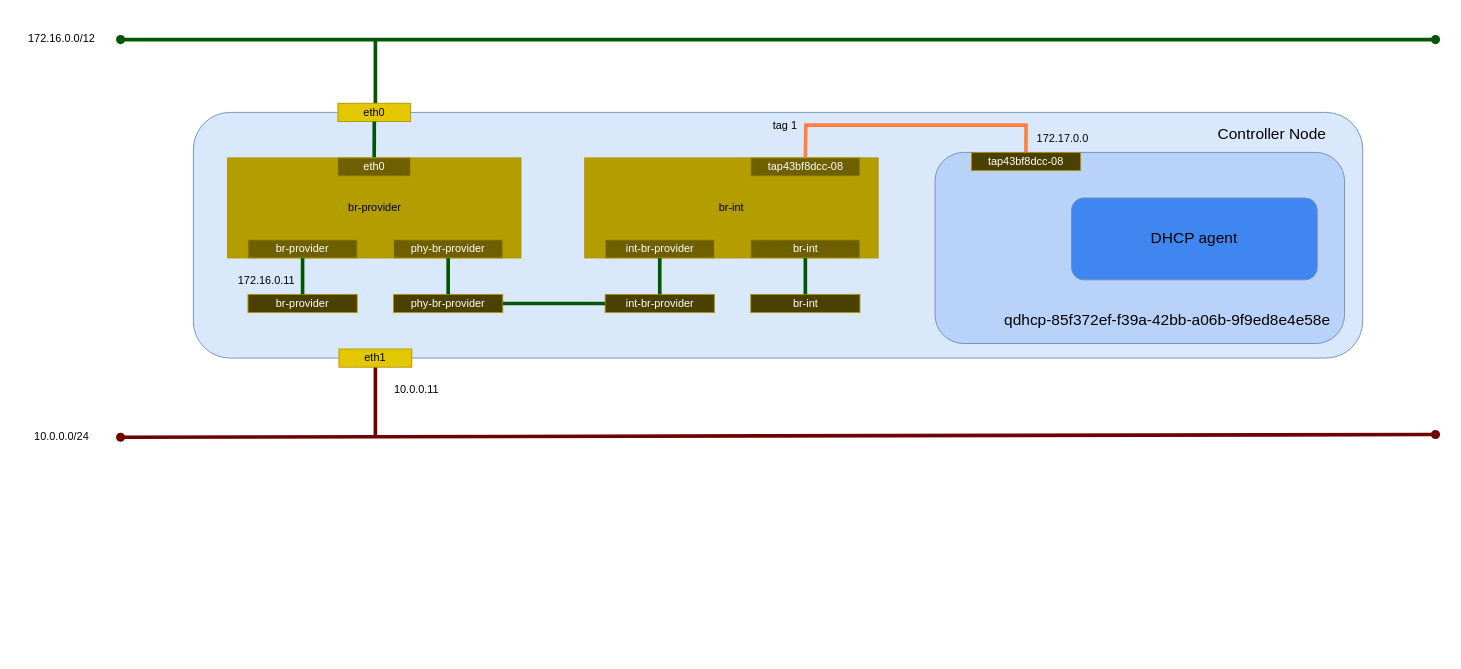
This is _static/image/network_flat_dhcpagent_ovs.drawio from 9506hqwy/openstack_study_notes, a draw.io file, before an edit. Source tidied: cells renumbered, new cells numbered last; positions are measured from the earlier drawing's top-left corner, leaving out a move shared by most shapes. Both pictures are drawn from the tidied source at 91%, with x=0, y=0 at pixel (15, 25).
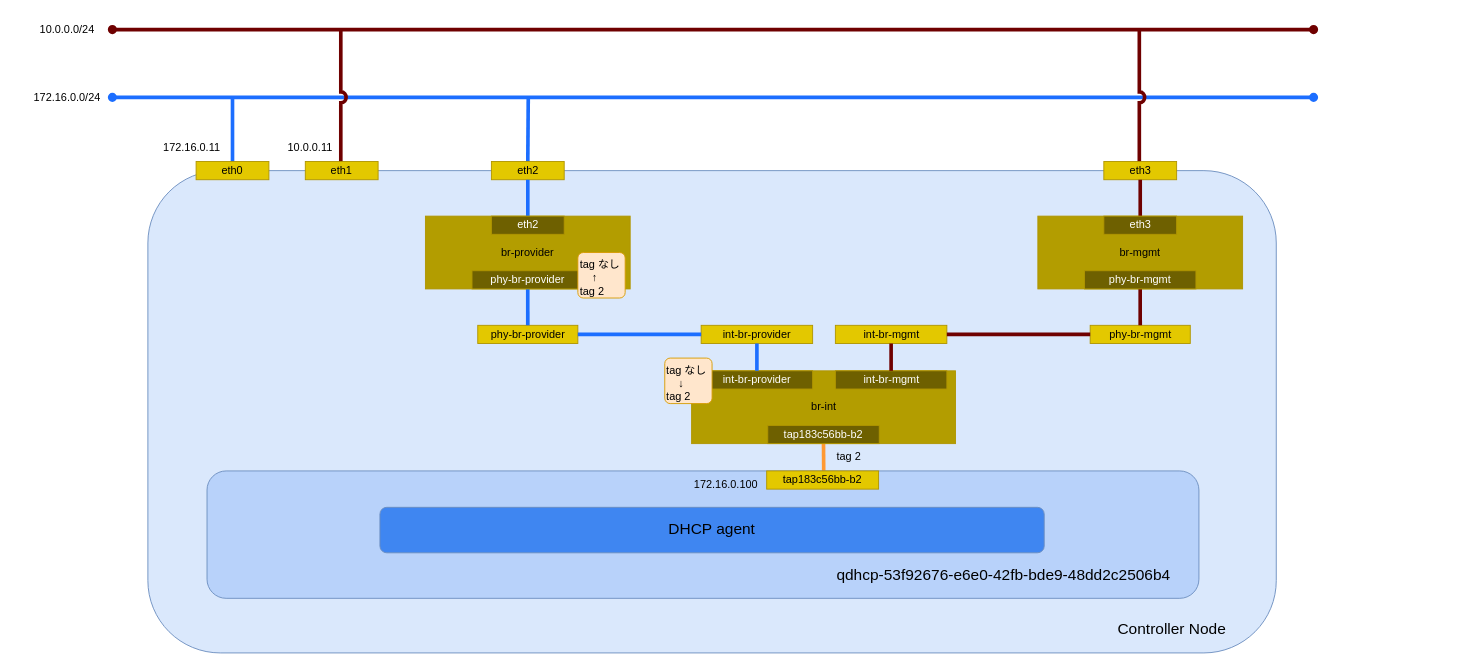
Above is the later version.

The edit, as a diff of the source:
```diff
@@
-    <mxCell id="2" style="endArrow=oval;html=1;rounded=0;startArrow=oval;startFill=1;endFill=1;strokeWidth=4;fillColor=#a20025;strokeColor=#6F0000;" parent="1" edge="1">
-      <mxGeometry relative="1" as="geometry">
-        <mxPoint x="115" y="453" as="sourcePoint" />
-        <mxPoint x="1560" y="450" as="targetPoint" />
-      </mxGeometry>
-    </mxCell>
-    <mxCell id="3" style="endArrow=oval;html=1;rounded=0;startArrow=oval;startFill=1;endFill=1;strokeWidth=4;fillColor=#008a00;strokeColor=#005700;" parent="1" edge="1">
-      <mxGeometry relative="1" as="geometry">
-        <mxPoint x="115" y="16" as="sourcePoint" />
-        <mxPoint x="1560" y="16" as="targetPoint" />
-      </mxGeometry>
-    </mxCell>
-    <mxCell id="4" value="172.16.0.0/12" style="text;html=1;align=center;verticalAlign=middle;strokeColor=none;fillColor=none;" parent="1" vertex="1">
-      <mxGeometry width="100" height="30" as="geometry" />
-    </mxCell>
+    <mxCell id="42" style="endArrow=oval;html=1;rounded=0;startArrow=oval;startFill=1;endFill=1;strokeWidth=4;fillColor=#a20025;strokeColor=#6F0000;" parent="1" edge="1">
+      <mxGeometry relative="1" as="geometry">
+        <mxPoint x="106" y="5" as="sourcePoint" />
+        <mxPoint x="1426" y="5" as="targetPoint" />
+      </mxGeometry>
+    </mxCell>
     <mxCell id="5" value="10.0.0.0/24" style="text;html=1;align=center;verticalAlign=middle;strokeColor=none;fillColor=none;" parent="1" vertex="1">
-      <mxGeometry x="10" y="438" width="80" height="30" as="geometry" />
+      <mxGeometry x="16" y="-10" width="80" height="30" as="geometry" />
     </mxCell>
-    <mxCell id="6" style="endArrow=none;html=1;rounded=0;startArrow=none;startFill=0;endFill=0;strokeWidth=4;fillColor=#008a00;strokeColor=#005700;exitX=0.5;exitY=1;exitDx=0;exitDy=0;" parent="1" edge="1">
-      <mxGeometry relative="1" as="geometry">
-        <mxPoint x="395" y="16" as="sourcePoint" />
-        <mxPoint x="395" y="96" as="targetPoint" />
-      </mxGeometry>
-    </mxCell>
-    <mxCell id="7" style="endArrow=none;html=1;rounded=0;startArrow=none;startFill=0;endFill=0;strokeWidth=4;fillColor=#a20025;strokeColor=#6F0000;exitX=0.5;exitY=1;exitDx=0;exitDy=0;" parent="1" edge="1">
-      <mxGeometry relative="1" as="geometry">
-        <mxPoint x="395" y="373" as="sourcePoint" />
-        <mxPoint x="395" y="453" as="targetPoint" />
-      </mxGeometry>
-    </mxCell>
+    <mxCell id="43" style="endArrow=oval;html=1;rounded=0;startArrow=oval;startFill=1;endFill=1;strokeWidth=4;fillColor=#a20025;strokeColor=#1C6EFF;" parent="1" edge="1">
+      <mxGeometry relative="1" as="geometry">
+        <mxPoint x="106" y="79.5" as="sourcePoint" />
+        <mxPoint x="1426" y="79.5" as="targetPoint" />
+      </mxGeometry>
+    </mxCell>
+    <mxCell id="44" value="172.16.0.0/24" style="text;html=1;align=center;verticalAlign=middle;strokeColor=none;fillColor=none;" parent="1" vertex="1">
+      <mxGeometry x="6" y="65" width="100" height="30" as="geometry" />
+    </mxCell>
+    <mxCell id="45" style="endArrow=none;html=1;rounded=0;startArrow=none;startFill=0;endFill=0;strokeWidth=4;fillColor=#a20025;strokeColor=#1C6EFF;jumpStyle=arc;" parent="1" edge="1">
+      <mxGeometry relative="1" as="geometry">
+        <mxPoint x="238" y="80" as="sourcePoint" />
+        <mxPoint x="238" y="160" as="targetPoint" />
+      </mxGeometry>
+    </mxCell>
+    <mxCell id="46" style="endArrow=none;html=1;rounded=0;startArrow=none;startFill=0;endFill=0;strokeWidth=4;fillColor=#a20025;strokeColor=#1C6EFF;jumpStyle=arc;" parent="1" edge="1">
+      <mxGeometry relative="1" as="geometry">
+        <mxPoint x="563" y="80" as="sourcePoint" />
+        <mxPoint x="562.5" y="150" as="targetPoint" />
+      </mxGeometry>
+    </mxCell>
+    <mxCell id="47" style="endArrow=none;html=1;rounded=0;startArrow=none;startFill=0;endFill=0;strokeWidth=4;fillColor=#a20025;strokeColor=#6F0000;jumpStyle=arc;" parent="1" edge="1">
+      <mxGeometry relative="1" as="geometry">
+        <mxPoint x="1234.5" y="6" as="sourcePoint" />
+        <mxPoint x="1234.5" y="160" as="targetPoint" />
+      </mxGeometry>
+    </mxCell>
+    <mxCell id="48" style="endArrow=none;html=1;rounded=0;startArrow=none;startFill=0;endFill=0;strokeWidth=4;fillColor=#a20025;strokeColor=#6F0000;jumpStyle=arc;" parent="1" edge="1">
+      <mxGeometry relative="1" as="geometry">
+        <mxPoint x="357" y="4" as="sourcePoint" />
+        <mxPoint x="357" y="160" as="targetPoint" />
+      </mxGeometry>
+    </mxCell>
@@
-    <mxCell id="9" style="rounded=1;whiteSpace=wrap;html=1;fillColor=#dae8fc;strokeColor=#6c8ebf;align=center;horizontal=1;" parent="8" vertex="1">
-      <mxGeometry x="195" y="96" width="1285" height="270" as="geometry" />
-    </mxCell>
+    <mxCell id="49" style="rounded=1;whiteSpace=wrap;html=1;fillColor=#dae8fc;strokeColor=#6c8ebf;" parent="8" vertex="1">
+      <mxGeometry x="145" y="160" width="1240" height="530" as="geometry" />
+    </mxCell>
     <mxCell id="10" value="eth1" style="rounded=0;whiteSpace=wrap;html=1;fillColor=#e3c800;fontColor=#000000;strokeColor=#B09500;" parent="8" vertex="1">
-      <mxGeometry x="355" y="356" width="80" height="20" as="geometry" />
+      <mxGeometry x="318" y="150" width="80" height="20" as="geometry" />
     </mxCell>
     <mxCell id="11" value="eth0" style="rounded=0;whiteSpace=wrap;html=1;fillColor=#e3c800;fontColor=#000000;strokeColor=#B09500;" parent="8" vertex="1">
-      <mxGeometry x="353.8" y="86" width="80" height="20" as="geometry" />
+      <mxGeometry x="198" y="150" width="80" height="20" as="geometry" />
     </mxCell>
+    <mxCell id="13" value="172.16.0.11" style="text;html=1;align=center;verticalAlign=middle;strokeColor=none;fillColor=none;" parent="8" vertex="1">
+      <mxGeometry x="148" y="120" width="90" height="30" as="geometry" />
+    </mxCell>
+    <mxCell id="50" value="eth2" style="rounded=0;whiteSpace=wrap;html=1;fillColor=#e3c800;fontColor=#000000;strokeColor=#B09500;" parent="8" vertex="1">
+      <mxGeometry x="522.5" y="150" width="80" height="20" as="geometry" />
+    </mxCell>
+    <mxCell id="51" value="&lt;div&gt;eth3&lt;/div&gt;" style="rounded=0;whiteSpace=wrap;html=1;fillColor=#e3c800;fontColor=#000000;strokeColor=#B09500;" parent="8" vertex="1">
+      <mxGeometry x="1195.5" y="150" width="80" height="20" as="geometry" />
+    </mxCell>
     <mxCell id="12" value="10.0.0.11" style="text;html=1;align=center;verticalAlign=middle;strokeColor=none;fillColor=none;" parent="8" vertex="1">
-      <mxGeometry x="405" y="386" width="70" height="30" as="geometry" />
+      <mxGeometry x="288" y="120" width="70" height="30" as="geometry" />
     </mxCell>
-    <mxCell id="13" value="172.16.0.11" style="text;html=1;align=center;verticalAlign=middle;strokeColor=none;fillColor=none;" parent="8" vertex="1">
-      <mxGeometry x="230" y="266" width="90" height="30" as="geometry" />
-    </mxCell>
     <mxCell id="14" value="&lt;font style=&quot;font-size: 17px;&quot;&gt;Controller Node&lt;/font&gt;" style="text;html=1;align=center;verticalAlign=middle;strokeColor=none;fillColor=none;" parent="8" vertex="1">
-      <mxGeometry x="1310" y="106" width="140" height="30" as="geometry" />
+      <mxGeometry x="1200" y="650" width="140" height="30" as="geometry" />
     </mxCell>
-    <mxCell id="15" style="endArrow=none;html=1;rounded=0;startArrow=none;startFill=0;endFill=0;strokeWidth=4;fillColor=#008a00;strokeColor=#005700;exitX=0.5;exitY=1;exitDx=0;exitDy=0;entryX=0.5;entryY=0;entryDx=0;entryDy=0;" parent="8" edge="1" source="11" target="18">
-      <mxGeometry relative="1" as="geometry" />
-    </mxCell>
-    <mxCell id="16" style="group;" parent="8" vertex="1">
-      <mxGeometry x="232.5" y="146" width="322.5" height="110" as="geometry" />
-    </mxCell>
-    <mxCell id="17" value="br-provider" style="rounded=0;whiteSpace=wrap;html=1;fillColor=#B39D00;fontColor=#000000;strokeColor=#B09500;" parent="16" vertex="1">
-      <mxGeometry width="322.5" height="110" as="geometry" />
+    <mxCell id="17" value="br-provider" style="rounded=0;whiteSpace=wrap;html=1;fillColor=#B39D00;fontColor=#000000;strokeColor=#B09500;" parent="8" vertex="1">
+      <mxGeometry x="450" y="210" width="225" height="80" as="geometry" />
     </mxCell>
-    <mxCell id="18" value="&lt;font color=&quot;#ffffff&quot;&gt;eth0&lt;/font&gt;" style="rounded=0;whiteSpace=wrap;html=1;fillColor=#6E6000;fontColor=#000000;strokeColor=#B09500;" parent="16" vertex="1">
-      <mxGeometry x="121.2" width="80" height="20" as="geometry" />
-    </mxCell>
+    <mxCell id="25" value="phy-br-provider" style="rounded=0;whiteSpace=wrap;html=1;fillColor=#e3c800;fontColor=#000000;strokeColor=#B09500;" parent="8" vertex="1">
+      <mxGeometry x="507.5" y="330" width="110" height="20" as="geometry" />
+    </mxCell>
+    <mxCell id="52" style="endArrow=none;html=1;rounded=0;startArrow=none;startFill=0;endFill=0;strokeWidth=4;fillColor=#a20025;strokeColor=#1C6EFF;jumpStyle=arc;entryX=0.5;entryY=0;entryDx=0;entryDy=0;exitX=0.5;exitY=1;exitDx=0;exitDy=0;" parent="8" edge="1" source="50" target="53">
+      <mxGeometry relative="1" as="geometry" />
+    </mxCell>
+    <mxCell id="29" style="endArrow=none;html=1;rounded=0;startArrow=none;startFill=0;endFill=0;strokeWidth=4;fillColor=#a20025;strokeColor=#1C6EFF;jumpStyle=arc;entryX=0.5;entryY=0;entryDx=0;entryDy=0;exitX=0.5;exitY=1;exitDx=0;exitDy=0;" parent="8" edge="1" source="19" target="25">
+      <mxGeometry relative="1" as="geometry" />
+    </mxCell>
+    <mxCell id="53" value="&lt;font color=&quot;#ffffff&quot;&gt;eth2&lt;/font&gt;" style="rounded=0;whiteSpace=wrap;html=1;fillColor=#6E6000;fontColor=#000000;strokeColor=#B09500;" parent="8" vertex="1">
+      <mxGeometry x="522.5" y="210" width="80" height="20" as="geometry" />
+    </mxCell>
-    <mxCell id="19" value="&lt;font color=&quot;#ffffff&quot;&gt;phy-br-provider&lt;/font&gt;" style="rounded=0;whiteSpace=wrap;html=1;fillColor=#6E6000;fontColor=#000000;strokeColor=#B09500;" parent="16" vertex="1">
-      <mxGeometry x="182.5" y="90" width="120" height="20" as="geometry" />
+    <mxCell id="19" value="&lt;font color=&quot;#ffffff&quot;&gt;phy-br-provider&lt;/font&gt;" style="rounded=0;whiteSpace=wrap;html=1;fillColor=#6E6000;fontColor=#000000;strokeColor=#B09500;" parent="8" vertex="1">
+      <mxGeometry x="501.2" y="270" width="122.5" height="20" as="geometry" />
     </mxCell>
-    <mxCell id="20" value="&lt;font color=&quot;#ffffff&quot;&gt;br-provider&lt;/font&gt;" style="rounded=0;whiteSpace=wrap;html=1;fillColor=#6E6000;fontColor=#000000;strokeColor=#B09500;" parent="16" vertex="1">
-      <mxGeometry x="22.5" y="90" width="120" height="20" as="geometry" />
-    </mxCell>
+    <mxCell id="54" value="br-mgmt" style="rounded=0;whiteSpace=wrap;html=1;fillColor=#B39D00;fontColor=#000000;strokeColor=#B09500;" parent="8" vertex="1">
+      <mxGeometry x="1123" y="210" width="225" height="80" as="geometry" />
+    </mxCell>
+    <mxCell id="55" value="phy-br-mgmt" style="rounded=0;whiteSpace=wrap;html=1;fillColor=#e3c800;fontColor=#000000;strokeColor=#B09500;" parent="8" vertex="1">
+      <mxGeometry x="1180.5" y="330" width="110" height="20" as="geometry" />
+    </mxCell>
+    <mxCell id="56" style="endArrow=none;html=1;rounded=0;startArrow=none;startFill=0;endFill=0;strokeWidth=4;fillColor=#a20025;strokeColor=#6F0000;jumpStyle=arc;entryX=0.5;entryY=0;entryDx=0;entryDy=0;exitX=0.5;exitY=1;exitDx=0;exitDy=0;" parent="8" edge="1" source="51" target="58">
+      <mxGeometry relative="1" as="geometry" />
+    </mxCell>
+    <mxCell id="57" style="endArrow=none;html=1;rounded=0;startArrow=none;startFill=0;endFill=0;strokeWidth=4;fillColor=#a20025;strokeColor=#6F0000;jumpStyle=arc;entryX=0.5;entryY=0;entryDx=0;entryDy=0;exitX=0.5;exitY=1;exitDx=0;exitDy=0;" parent="8" edge="1" source="59" target="55">
+      <mxGeometry relative="1" as="geometry" />
+    </mxCell>
+    <mxCell id="58" value="&lt;font color=&quot;#ffffff&quot;&gt;eth3&lt;/font&gt;" style="rounded=0;whiteSpace=wrap;html=1;fillColor=#6E6000;fontColor=#000000;strokeColor=#B09500;" parent="8" vertex="1">
+      <mxGeometry x="1195.5" y="210" width="80" height="20" as="geometry" />
+    </mxCell>
+    <mxCell id="59" value="&lt;font color=&quot;#ffffff&quot;&gt;phy-br-mgmt&lt;/font&gt;" style="rounded=0;whiteSpace=wrap;html=1;fillColor=#6E6000;fontColor=#000000;strokeColor=#B09500;" parent="8" vertex="1">
+      <mxGeometry x="1174.2" y="270" width="122.5" height="20" as="geometry" />
+    </mxCell>
     <mxCell id="21" value="br-int" style="rounded=0;whiteSpace=wrap;html=1;fillColor=#B39D00;fontColor=#000000;strokeColor=#B09500;" parent="8" vertex="1">
-      <mxGeometry x="625" y="146" width="322.5" height="110" as="geometry" />
+      <mxGeometry x="742.5" y="380" width="290" height="80" as="geometry" />
     </mxCell>
-    <mxCell id="22" value="&lt;font color=&quot;#ffffff&quot;&gt;br-int&lt;/font&gt;" style="rounded=0;whiteSpace=wrap;html=1;fillColor=#6E6000;fontColor=#000000;strokeColor=#B09500;" parent="8" vertex="1">
-      <mxGeometry x="807.5" y="236" width="120" height="20" as="geometry" />
-    </mxCell>
     <mxCell id="23" value="&lt;font color=&quot;#ffffff&quot;&gt;int-br-provider&lt;/font&gt;" style="rounded=0;whiteSpace=wrap;html=1;fillColor=#6E6000;fontColor=#000000;strokeColor=#B09500;" parent="8" vertex="1">
-      <mxGeometry x="647.5" y="236" width="120" height="20" as="geometry" />
+      <mxGeometry x="753" y="380" width="122.5" height="20" as="geometry" />
     </mxCell>
-    <mxCell id="24" value="&lt;font color=&quot;#ffffff&quot;&gt;br-provider&lt;/font&gt;" style="rounded=0;whiteSpace=wrap;html=1;fillColor=#4A4100;fontColor=#000000;strokeColor=#B09500;" parent="8" vertex="1">
-      <mxGeometry x="255" y="296" width="120" height="20" as="geometry" />
-    </mxCell>
-    <mxCell id="25" value="&lt;font color=&quot;#ffffff&quot;&gt;phy-br-provider&lt;/font&gt;" style="rounded=0;whiteSpace=wrap;html=1;fillColor=#4A4100;fontColor=#000000;strokeColor=#B09500;" parent="8" vertex="1">
-      <mxGeometry x="415" y="296" width="120" height="20" as="geometry" />
-    </mxCell>
+    <mxCell id="60" value="&lt;font color=&quot;#ffffff&quot;&gt;int-br-mgmt&lt;/font&gt;" style="rounded=0;whiteSpace=wrap;html=1;fillColor=#6E6000;fontColor=#000000;strokeColor=#B09500;" parent="8" vertex="1">
+      <mxGeometry x="900.5" y="380" width="122.5" height="20" as="geometry" />
+    </mxCell>
-    <mxCell id="26" value="&lt;font color=&quot;#ffffff&quot;&gt;int-br-provider&lt;/font&gt;" style="rounded=0;whiteSpace=wrap;html=1;fillColor=#4A4100;fontColor=#000000;strokeColor=#B09500;" parent="8" vertex="1">
-      <mxGeometry x="647.5" y="296" width="120" height="20" as="geometry" />
+    <mxCell id="26" value="int-br-provider" style="rounded=0;whiteSpace=wrap;html=1;fillColor=#e3c800;fontColor=#000000;strokeColor=#B09500;" parent="8" vertex="1">
+      <mxGeometry x="753" y="330" width="122.5" height="20" as="geometry" />
     </mxCell>
-    <mxCell id="27" value="&lt;font color=&quot;#ffffff&quot;&gt;br-int&lt;/font&gt;" style="rounded=0;whiteSpace=wrap;html=1;fillColor=#4A4100;fontColor=#000000;strokeColor=#B09500;" parent="8" vertex="1">
-      <mxGeometry x="807.5" y="296" width="120" height="20" as="geometry" />
-    </mxCell>
-    <mxCell id="28" style="endArrow=none;html=1;rounded=0;startArrow=none;startFill=0;endFill=0;strokeWidth=4;fillColor=#008a00;strokeColor=#005700;exitX=0.5;exitY=1;exitDx=0;exitDy=0;entryX=0.5;entryY=0;entryDx=0;entryDy=0;" parent="8" edge="1" source="20" target="24">
-      <mxGeometry relative="1" as="geometry" />
-    </mxCell>
-    <mxCell id="29" style="endArrow=none;html=1;rounded=0;startArrow=none;startFill=0;endFill=0;strokeWidth=4;fillColor=#008a00;strokeColor=#005700;exitX=0.5;exitY=1;exitDx=0;exitDy=0;" parent="8" edge="1" source="19" target="25">
-      <mxGeometry relative="1" as="geometry" />
-    </mxCell>
-    <mxCell id="30" style="endArrow=none;html=1;rounded=0;startArrow=none;startFill=0;endFill=0;strokeWidth=4;fillColor=#008a00;strokeColor=#005700;exitX=0;exitY=0.5;exitDx=0;exitDy=0;entryX=1;entryY=0.5;entryDx=0;entryDy=0;" parent="8" edge="1" source="26" target="25">
-      <mxGeometry relative="1" as="geometry" />
-    </mxCell>
-    <mxCell id="31" style="endArrow=none;html=1;rounded=0;startArrow=none;startFill=0;endFill=0;strokeWidth=4;fillColor=#008a00;strokeColor=#005700;exitX=0.5;exitY=1;exitDx=0;exitDy=0;" parent="8" edge="1" source="23" target="26">
-      <mxGeometry relative="1" as="geometry" />
-    </mxCell>
-    <mxCell id="32" style="endArrow=none;html=1;rounded=0;startArrow=none;startFill=0;endFill=0;strokeWidth=4;fillColor=#008a00;strokeColor=#005700;exitX=0.5;exitY=1;exitDx=0;exitDy=0;entryX=0.5;entryY=0;entryDx=0;entryDy=0;" parent="8" edge="1" source="22" target="27">
-      <mxGeometry relative="1" as="geometry" />
-    </mxCell>
-    <mxCell id="33" value="&lt;font color=&quot;#ffffff&quot;&gt;tap43bf8dcc-08&lt;/font&gt;" style="rounded=0;whiteSpace=wrap;html=1;fillColor=#6E6000;fontColor=#000000;strokeColor=#B09500;" parent="8" vertex="1">
-      <mxGeometry x="807.5" y="146" width="120" height="20" as="geometry" />
-    </mxCell>
-    <mxCell id="34" style="endArrow=none;html=1;rounded=0;startArrow=none;startFill=0;endFill=0;strokeWidth=4;fillColor=#008a00;strokeColor=#ff8040;exitX=0.712;exitY=0.163;exitDx=0;exitDy=0;entryX=0.5;entryY=0;entryDx=0;entryDy=0;exitPerimeter=0;" parent="8" edge="1" source="9" target="33">
-      <mxGeometry relative="1" as="geometry">
-        <Array as="points">
-          <mxPoint x="1110" y="110" />
-          <mxPoint x="868" y="110" />
-        </Array>
-      </mxGeometry>
-    </mxCell>
-    <mxCell id="35" value="tag 1" style="text;html=1;align=center;verticalAlign=middle;strokeColor=none;fillColor=none;" parent="8" vertex="1">
-      <mxGeometry x="820" y="96" width="50" height="30" as="geometry" />
-    </mxCell>
-    <mxCell id="36" parent="0" />
-    <mxCell id="37" style="rounded=1;whiteSpace=wrap;html=1;fillColor=#b8d2fa;strokeColor=#6c8ebf;align=center;horizontal=1;" parent="36" vertex="1">
-      <mxGeometry x="1010" y="140" width="450" height="210" as="geometry" />
-    </mxCell>
-    <mxCell id="38" value="&lt;font style=&quot;font-size: 17px;&quot;&gt;qdhcp-85f372ef-f39a-42bb-a06b-9f9ed8e4e58e&lt;/font&gt;" style="text;html=1;align=center;verticalAlign=middle;strokeColor=none;fillColor=none;" parent="36" vertex="1">
-      <mxGeometry x="1075" y="310" width="380" height="30" as="geometry" />
-    </mxCell>
-    <mxCell id="39" value="172.17.0.0" style="text;html=1;align=center;verticalAlign=middle;strokeColor=none;fillColor=none;" parent="36" vertex="1">
-      <mxGeometry x="1110" y="110" width="80" height="30" as="geometry" />
-    </mxCell>
+    <mxCell id="61" value="int-br-mgmt" style="rounded=0;whiteSpace=wrap;html=1;fillColor=#e3c800;fontColor=#000000;strokeColor=#B09500;" parent="8" vertex="1">
+      <mxGeometry x="900.5" y="330" width="122.5" height="20" as="geometry" />
+    </mxCell>
+    <mxCell id="62" style="endArrow=none;html=1;rounded=0;startArrow=none;startFill=0;endFill=0;strokeWidth=4;fillColor=#a20025;strokeColor=#1C6EFF;jumpStyle=arc;entryX=0;entryY=0.5;entryDx=0;entryDy=0;exitX=1;exitY=0.5;exitDx=0;exitDy=0;" parent="8" edge="1" source="25" target="26">
+      <mxGeometry relative="1" as="geometry" />
+    </mxCell>
+    <mxCell id="63" style="endArrow=none;html=1;rounded=0;startArrow=none;startFill=0;endFill=0;strokeWidth=4;fillColor=#a20025;strokeColor=#FF9933;jumpStyle=arc;entryX=0.599;entryY=0.642;entryDx=0;entryDy=0;exitX=0.5;exitY=1;exitDx=0;exitDy=0;entryPerimeter=0;" parent="8" edge="1" source="66" target="49">
+      <mxGeometry relative="1" as="geometry" />
+    </mxCell>
+    <mxCell id="64" style="endArrow=none;html=1;rounded=0;startArrow=none;startFill=0;endFill=0;strokeWidth=4;fillColor=#a20025;strokeColor=#6F0000;jumpStyle=arc;entryX=1;entryY=0.5;entryDx=0;entryDy=0;exitX=0;exitY=0.5;exitDx=0;exitDy=0;" parent="8" edge="1" source="55" target="61">
+      <mxGeometry relative="1" as="geometry" />
+    </mxCell>
+    <mxCell id="65" style="endArrow=none;html=1;rounded=0;startArrow=none;startFill=0;endFill=0;strokeWidth=4;fillColor=#a20025;strokeColor=#6F0000;jumpStyle=arc;entryX=0.5;entryY=0;entryDx=0;entryDy=0;exitX=0.5;exitY=1;exitDx=0;exitDy=0;" parent="8" edge="1" source="61" target="60">
+      <mxGeometry relative="1" as="geometry" />
+    </mxCell>
+    <mxCell id="66" value="&lt;font color=&quot;#ffffff&quot;&gt;tap183c56bb-b2&lt;/font&gt;" style="rounded=0;whiteSpace=wrap;html=1;fillColor=#6E6000;fontColor=#000000;strokeColor=#B09500;" parent="8" vertex="1">
+      <mxGeometry x="826.2" y="440" width="122.5" height="20" as="geometry" />
+    </mxCell>
+    <mxCell id="67" value="tag 2" style="text;html=1;align=center;verticalAlign=middle;strokeColor=none;fillColor=none;" parent="8" vertex="1">
+      <mxGeometry x="890" y="459" width="50" height="30" as="geometry" />
+    </mxCell>
+    <mxCell id="68" style="endArrow=none;html=1;rounded=0;startArrow=none;startFill=0;endFill=0;strokeWidth=4;fillColor=#a20025;strokeColor=#1C6EFF;jumpStyle=arc;entryX=0.5;entryY=0;entryDx=0;entryDy=0;exitX=0.5;exitY=1;exitDx=0;exitDy=0;" parent="8" edge="1" source="26" target="23">
+      <mxGeometry relative="1" as="geometry" />
+    </mxCell>
+    <mxCell id="69" value="&lt;div&gt;tag なし&lt;br&gt;&lt;/div&gt;&lt;div&gt;&amp;nbsp;&amp;nbsp;&amp;nbsp; ↓&lt;br&gt;&lt;/div&gt;&lt;div&gt;tag 2&lt;br&gt;&lt;/div&gt;" style="text;html=1;whiteSpace=wrap;overflow=hidden;rounded=1;fillColor=#ffe6cc;strokeColor=#d79b00;arcSize=12;" parent="8" vertex="1">
+      <mxGeometry x="713" y="366" width="52" height="50" as="geometry" />
+    </mxCell>
+    <mxCell id="70" value="&lt;div&gt;tag なし&lt;br&gt;&lt;/div&gt;&lt;div&gt;&amp;nbsp;&amp;nbsp;&amp;nbsp; ↑&lt;br&gt;&lt;/div&gt;&lt;div&gt;tag 2&lt;/div&gt;" style="text;html=1;whiteSpace=wrap;overflow=hidden;rounded=1;fillColor=#ffe6cc;strokeColor=#d79b00;arcSize=12;" parent="8" vertex="1">
+      <mxGeometry x="617.5" y="250" width="52" height="50" as="geometry" />
+    </mxCell>
+    <mxCell id="71" parent="0" />
+    <mxCell id="72" style="rounded=1;whiteSpace=wrap;html=1;fillColor=#b8d2fa;strokeColor=#6c8ebf;align=center;horizontal=1;" parent="71" vertex="1">
+      <mxGeometry x="210" y="490" width="1090" height="140" as="geometry" />
+    </mxCell>
+    <mxCell id="73" value="&lt;font style=&quot;font-size: 17px;&quot;&gt;qdhcp-53f92676-e6e0-42fb-bde9-48dd2c2506b4&lt;/font&gt;" style="text;html=1;align=center;verticalAlign=middle;strokeColor=none;fillColor=none;" parent="71" vertex="1">
+      <mxGeometry x="890" y="590" width="390" height="30" as="geometry" />
+    </mxCell>
+    <mxCell id="74" value="172.16.0.100" style="text;html=1;align=center;verticalAlign=middle;strokeColor=none;fillColor=none;" parent="71" vertex="1">
+      <mxGeometry x="730" y="490" width="100" height="30" as="geometry" />
+    </mxCell>
-    <mxCell id="40" value="&lt;font style=&quot;font-size: 17px;&quot;&gt;DHCP agent&lt;/font&gt;" style="rounded=1;whiteSpace=wrap;html=1;fillColor=#3f86f1;strokeColor=#6c8ebf;align=center;horizontal=1;" parent="36" vertex="1">
-      <mxGeometry x="1160" y="190" width="270" height="90" as="geometry" />
+    <mxCell id="40" value="&lt;font style=&quot;font-size: 17px;&quot;&gt;DHCP agent&lt;/font&gt;" style="rounded=1;whiteSpace=wrap;html=1;fillColor=#3f86f1;strokeColor=#6c8ebf;align=center;horizontal=1;" parent="71" vertex="1">
+      <mxGeometry x="400" y="530" width="730" height="50" as="geometry" />
     </mxCell>
-    <mxCell id="41" value="&lt;font color=&quot;#ffffff&quot;&gt;tap43bf8dcc-08&lt;/font&gt;" style="rounded=0;whiteSpace=wrap;html=1;fillColor=#4A4100;fontColor=#000000;strokeColor=#B09500;" parent="36" vertex="1">
-      <mxGeometry x="1050" y="140" width="120" height="20" as="geometry" />
-    </mxCell>
+    <mxCell id="75" value="tap183c56bb-b2" style="rounded=0;whiteSpace=wrap;html=1;fillColor=#e3c800;fontColor=#000000;strokeColor=#B09500;" parent="71" vertex="1">
+      <mxGeometry x="825" y="490" width="123" height="20" as="geometry" />
+    </mxCell>
```
